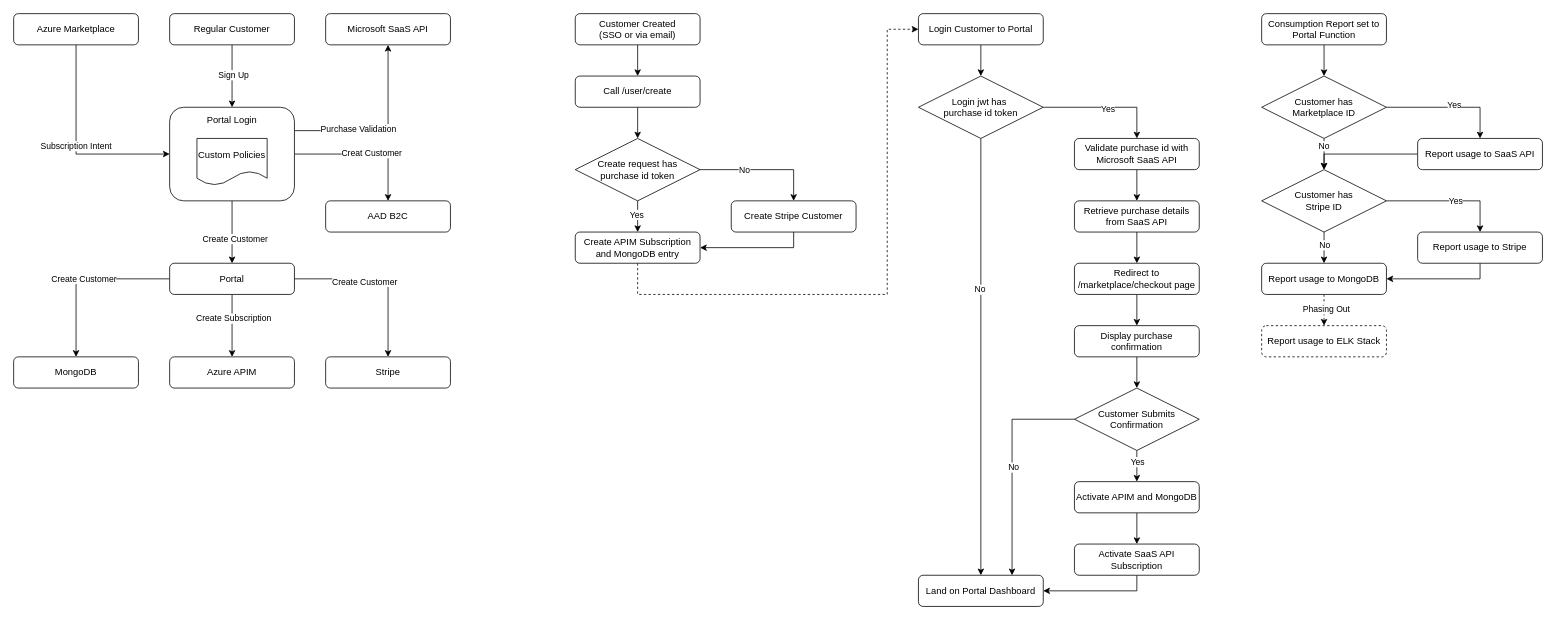
fredyeah/diagrams keeps this draw.io diagram as azure-marketplace-integration.drawio. Above is the earlier version. Source tidied: cells renumbered, new cells numbered last; positions are measured from the earlier drawing's top-left corner, leaving out a move shared by most shapes. Both pictures are drawn from the tidied source at 78%, with x=0, y=0 at pixel (13, 13).
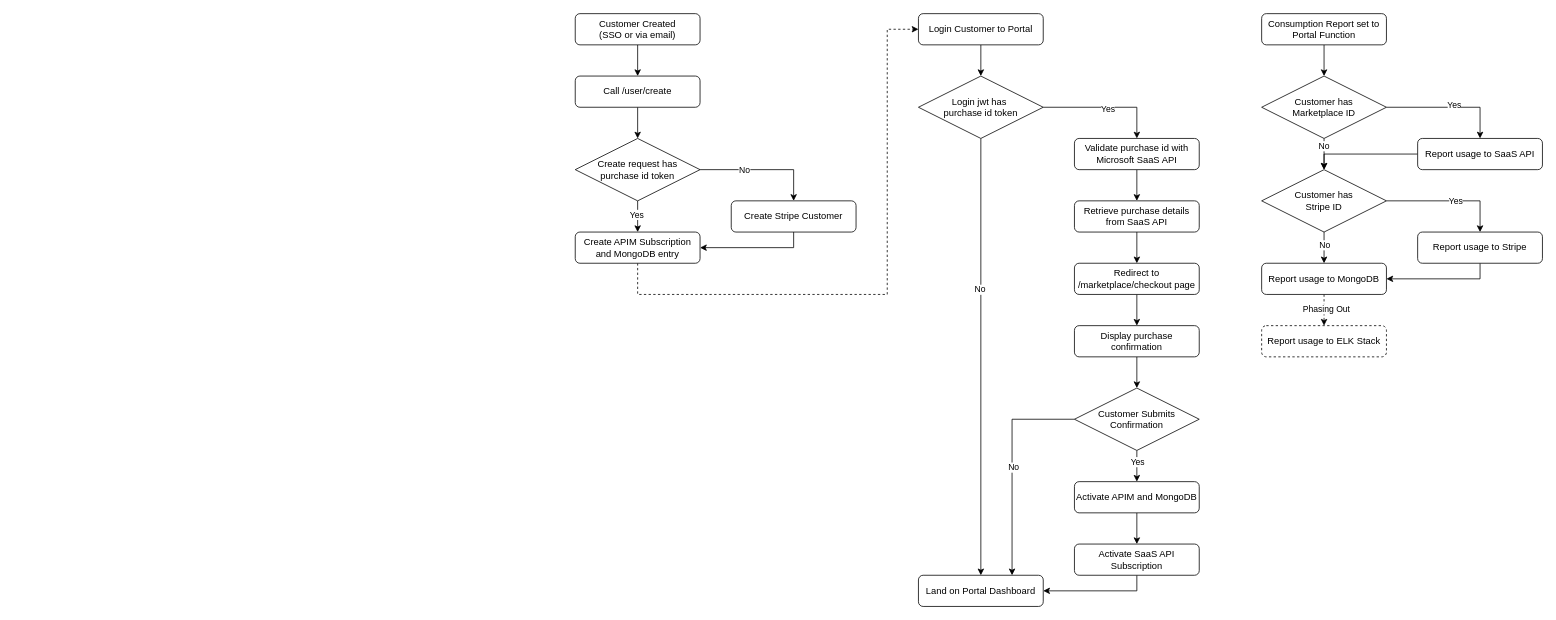
After the change.

What changed in the source:
```diff
@@
-    <mxCell id="2" style="edgeStyle=orthogonalEdgeStyle;rounded=0;jettySize=auto;html=1;entryX=0.5;entryY=0;entryDx=0;entryDy=0;" parent="1" edge="1" source="8" target="17">
-      <mxGeometry relative="1" as="geometry" />
-    </mxCell>
-    <mxCell id="3" value="Create Customer" style="edgeLabel;html=1;align=center;verticalAlign=middle;" parent="2" vertex="1">
-      <mxGeometry x="0.21" y="3" relative="1" as="geometry" />
-    </mxCell>
-    <mxCell id="4" style="edgeStyle=orthogonalEdgeStyle;rounded=0;jettySize=auto;html=1;entryX=0.5;entryY=0;entryDx=0;entryDy=0;" parent="1" edge="1" source="8" target="22">
-      <mxGeometry relative="1" as="geometry" />
-    </mxCell>
-    <mxCell id="5" value="Creat Customer" style="edgeLabel;html=1;align=center;verticalAlign=middle;" parent="4" vertex="1">
-      <mxGeometry x="0.09" y="2" relative="1" as="geometry" />
-    </mxCell>
-    <mxCell id="6" style="edgeStyle=orthogonalEdgeStyle;rounded=0;jettySize=auto;html=1;exitX=1;exitY=0.25;exitDx=0;exitDy=0;entryX=0.5;entryY=1;entryDx=0;entryDy=0;" parent="1" edge="1" source="8" target="21">
-      <mxGeometry relative="1" as="geometry" />
-    </mxCell>
-    <mxCell id="7" value="Purchase Validation" style="edgeLabel;html=1;align=center;verticalAlign=middle;" parent="6" vertex="1">
-      <mxGeometry x="-0.3" y="3" relative="1" as="geometry" />
-    </mxCell>
-    <mxCell id="8" value="&lt;div style=&quot;&quot;&gt;&lt;span style=&quot;background-color: initial; line-height: 1.2;&quot;&gt;Portal Login&lt;/span&gt;&lt;/div&gt;&lt;div style=&quot;&quot;&gt;&lt;span style=&quot;background-color: initial; line-height: 1.2;&quot;&gt;&lt;br&gt;&lt;/span&gt;&lt;/div&gt;&lt;div style=&quot;&quot;&gt;&lt;span style=&quot;background-color: initial; line-height: 1.2;&quot;&gt;&lt;br&gt;&lt;/span&gt;&lt;/div&gt;&lt;div style=&quot;&quot;&gt;&lt;span style=&quot;background-color: initial; line-height: 1.2;&quot;&gt;&lt;br&gt;&lt;/span&gt;&lt;/div&gt;&lt;div style=&quot;&quot;&gt;&lt;span style=&quot;background-color: initial; line-height: 1.2;&quot;&gt;&lt;br&gt;&lt;/span&gt;&lt;/div&gt;&lt;div style=&quot;&quot;&gt;&lt;span style=&quot;background-color: initial; line-height: 1.2;&quot;&gt;&lt;br&gt;&lt;/span&gt;&lt;/div&gt;&lt;div style=&quot;&quot;&gt;&lt;span style=&quot;background-color: initial; line-height: 1.2;&quot;&gt;&lt;br&gt;&lt;/span&gt;&lt;/div&gt;" style="rounded=1;whiteSpace=wrap;html=1;align=center;" parent="1" vertex="1">
-      <mxGeometry x="200" y="120" width="160" height="120" as="geometry" />
-    </mxCell>
-    <mxCell id="9" value="Custom Policies" style="shape=document;whiteSpace=wrap;html=1;boundedLbl=1;" parent="1" vertex="1">
-      <mxGeometry x="235" y="160" width="90" height="60" as="geometry" />
-    </mxCell>
-    <mxCell id="10" value="Subscription Intent" style="edgeStyle=orthogonalEdgeStyle;rounded=0;jettySize=auto;html=1;entryX=0;entryY=0.5;entryDx=0;entryDy=0;exitX=0.5;exitY=1;exitDx=0;exitDy=0;" parent="1" edge="1" source="11" target="8">
-      <mxGeometry relative="1" as="geometry" />
-    </mxCell>
-    <mxCell id="11" value="Azure Marketplace" style="rounded=1;whiteSpace=wrap;html=1;" parent="1" vertex="1">
-      <mxGeometry width="160" height="40" as="geometry" />
-    </mxCell>
-    <mxCell id="12" style="edgeStyle=orthogonalEdgeStyle;rounded=0;jettySize=auto;html=1;" parent="1" edge="1" source="17" target="18">
-      <mxGeometry relative="1" as="geometry" />
-    </mxCell>
-    <mxCell id="13" value="Create Customer" style="edgeLabel;html=1;align=center;verticalAlign=middle;" parent="12" vertex="1">
-      <mxGeometry x="-0.19" y="-3" relative="1" as="geometry" />
-    </mxCell>
-    <mxCell id="14" value="Create Customer" style="edgeStyle=orthogonalEdgeStyle;rounded=0;jettySize=auto;html=1;entryX=0.5;entryY=0;entryDx=0;entryDy=0;exitX=0;exitY=0.5;exitDx=0;exitDy=0;" parent="1" edge="1" source="17" target="19">
-      <mxGeometry relative="1" as="geometry" />
-    </mxCell>
-    <mxCell id="15" style="edgeStyle=orthogonalEdgeStyle;rounded=0;jettySize=auto;html=1;entryX=0.5;entryY=0;entryDx=0;entryDy=0;" parent="1" edge="1" source="17" target="20">
-      <mxGeometry relative="1" as="geometry" />
-    </mxCell>
-    <mxCell id="16" value="Create Subscription" style="edgeLabel;html=1;align=center;verticalAlign=middle;" parent="15" vertex="1">
-      <mxGeometry x="-0.26" y="1" relative="1" as="geometry" />
-    </mxCell>
-    <mxCell id="17" value="Portal" style="rounded=1;whiteSpace=wrap;html=1;" parent="1" vertex="1">
-      <mxGeometry x="200" y="320" width="160" height="40" as="geometry" />
-    </mxCell>
-    <mxCell id="18" value="Stripe" style="rounded=1;whiteSpace=wrap;html=1;" parent="1" vertex="1">
-      <mxGeometry x="400" y="440" width="160" height="40" as="geometry" />
-    </mxCell>
-    <mxCell id="19" value="MongoDB" style="rounded=1;whiteSpace=wrap;html=1;" parent="1" vertex="1">
-      <mxGeometry y="440" width="160" height="40" as="geometry" />
-    </mxCell>
-    <mxCell id="20" value="Azure APIM" style="rounded=1;whiteSpace=wrap;html=1;" parent="1" vertex="1">
-      <mxGeometry x="200" y="440" width="160" height="40" as="geometry" />
-    </mxCell>
-    <mxCell id="21" value="Microsoft SaaS API" style="rounded=1;whiteSpace=wrap;html=1;" parent="1" vertex="1">
-      <mxGeometry x="400" width="160" height="40" as="geometry" />
-    </mxCell>
-    <mxCell id="22" value="AAD B2C" style="rounded=1;whiteSpace=wrap;html=1;" parent="1" vertex="1">
-      <mxGeometry x="400" y="240" width="160" height="40" as="geometry" />
-    </mxCell>
-    <mxCell id="23" style="edgeStyle=orthogonalEdgeStyle;rounded=0;jettySize=auto;html=1;entryX=0.5;entryY=0;entryDx=0;entryDy=0;" parent="1" edge="1" source="25" target="8">
-      <mxGeometry relative="1" as="geometry" />
-    </mxCell>
-    <mxCell id="24" value="Sign Up" style="edgeLabel;html=1;align=center;verticalAlign=middle;" parent="23" vertex="1">
-      <mxGeometry x="-0.04" y="1" relative="1" as="geometry" />
-    </mxCell>
-    <mxCell id="25" value="Regular Customer" style="rounded=1;whiteSpace=wrap;html=1;" parent="1" vertex="1">
-      <mxGeometry x="200" width="160" height="40" as="geometry" />
-    </mxCell>
```
